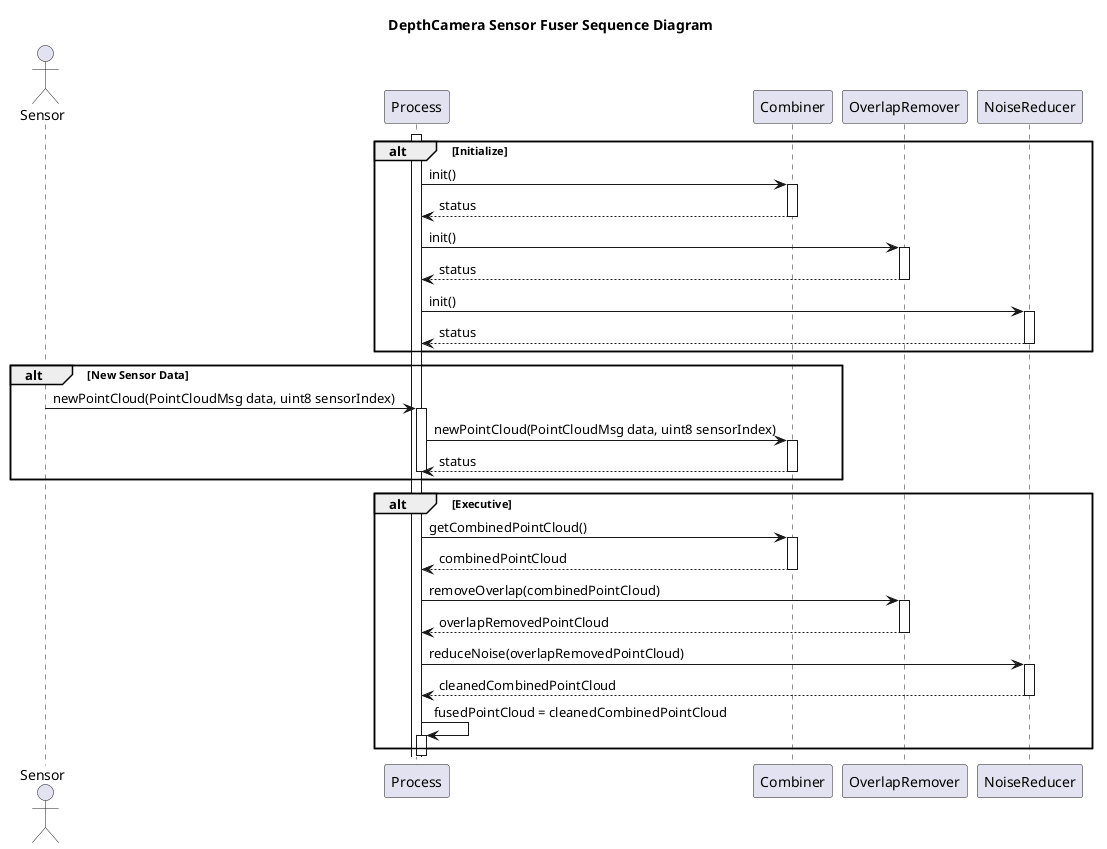
fastrobotics/robot_framework keeps this PlantUML diagram as Systems/Perception/Subsystems/DepthCameraPipeline/Processes/SensorFuser/doc/puml/SensorFuserSequenceDiagram.png. Above is the earlier version.
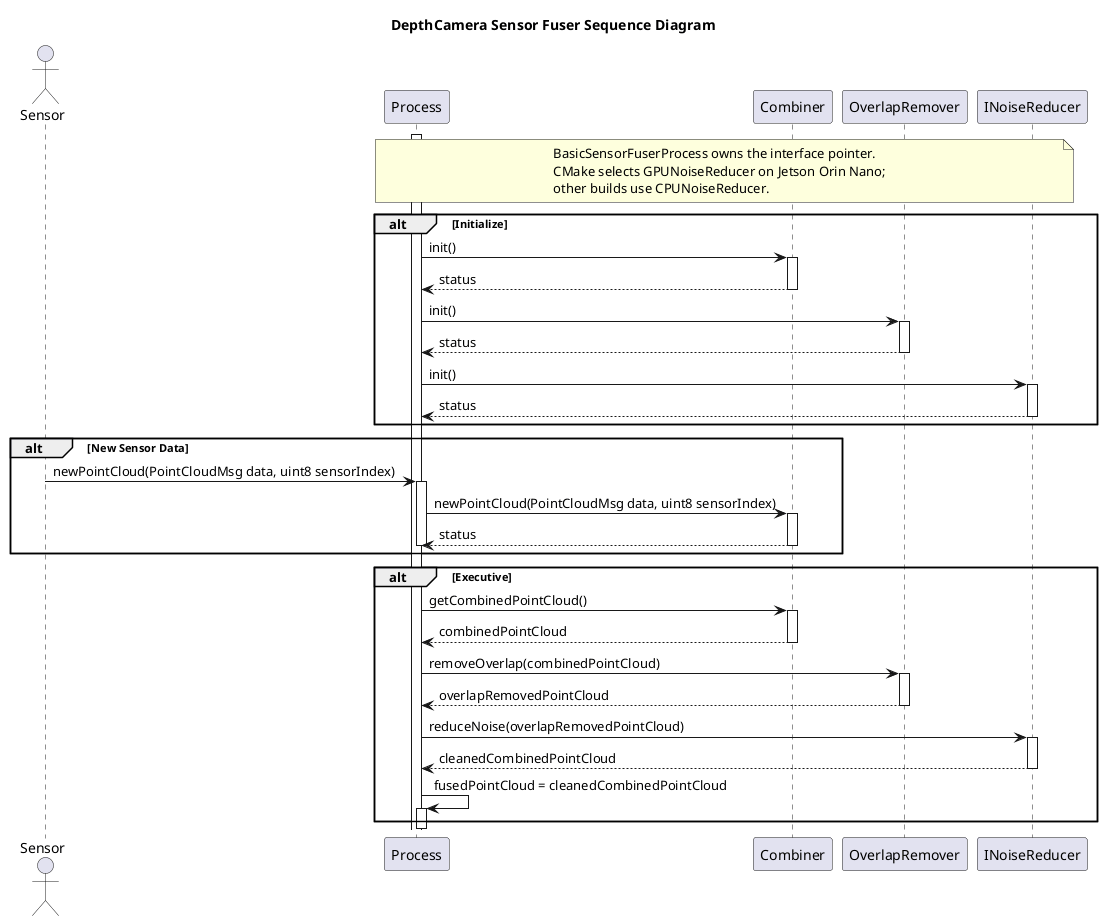
After the change.

The edit, as a diff of the source:
```diff
@@ -4,7 +4,12 @@
 participant Process as process
 participant Combiner as combiner
 participant OverlapRemover as overlapRemover
-participant NoiseReducer as noiseReducer
+participant INoiseReducer as noiseReducer
+note over process,noiseReducer
+  BasicSensorFuserProcess owns the interface pointer.
+  CMake selects GPUNoiseReducer on Jetson Orin Nano;
+  other builds use CPUNoiseReducer.
+end note
 
 alt Initialize
 process++
```
